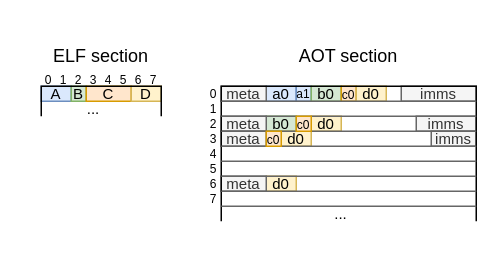
jensen-yan/yanyue_essay keeps this draw.io diagram as image/aot_format.drawio. Above is the earlier version. Source tidied: cells renumbered, new cells numbered last; positions are measured from the earlier drawing's top-left corner, leaving out a move shared by most shapes. Both pictures are drawn from the tidied source at 150%, with x=0, y=0 at pixel (40, 40).
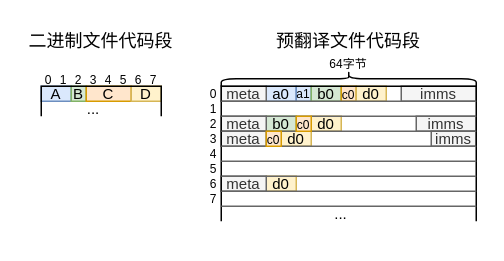
Above is the later version.

Change to the diagram source:
```diff
@@
-    <mxCell id="24" value="&lt;font style=&quot;font-size: 12px;&quot;&gt;ELF section&lt;/font&gt;" style="text;html=1;strokeColor=none;fillColor=none;align=center;verticalAlign=middle;whiteSpace=wrap;rounded=0;" parent="1" vertex="1">
-      <mxGeometry width="80" height="20" as="geometry" />
+    <mxCell id="24" value="二进制文件代码段" style="text;html=1;strokeColor=none;fillColor=none;align=center;verticalAlign=middle;whiteSpace=wrap;rounded=0;" parent="1" vertex="1">
+      <mxGeometry x="-10" y="-10" width="100" height="20" as="geometry" />
     </mxCell>
-    <mxCell id="25" value="&lt;font style=&quot;font-size: 12px;&quot;&gt;AOT section&lt;/font&gt;" style="text;html=1;strokeColor=none;fillColor=none;align=center;verticalAlign=middle;whiteSpace=wrap;rounded=0;" parent="1" vertex="1">
-      <mxGeometry x="120" width="170" height="20" as="geometry" />
+    <mxCell id="25" value="&lt;font style=&quot;font-size: 12px;&quot;&gt;预翻译文件代码段&lt;/font&gt;" style="text;html=1;strokeColor=none;fillColor=none;align=center;verticalAlign=middle;whiteSpace=wrap;rounded=0;" parent="1" vertex="1">
+      <mxGeometry x="120" y="-10" width="170" height="20" as="geometry" />
     </mxCell>
@@
+    <mxCell id="56" style="shape=curlyBracket;whiteSpace=wrap;html=1;rounded=1;labelPosition=left;verticalLabelPosition=middle;align=right;verticalAlign=middle;direction=south;" parent="1" vertex="1">
+      <mxGeometry x="120" y="20" width="170" height="10" as="geometry" />
+    </mxCell>
+    <mxCell id="57" value="64字节" style="text;html=1;strokeColor=none;fillColor=none;align=center;verticalAlign=middle;whiteSpace=wrap;rounded=0;fontSize=8;" parent="1" vertex="1">
+      <mxGeometry x="190" y="10" width="30" height="10" as="geometry" />
+    </mxCell>
```
